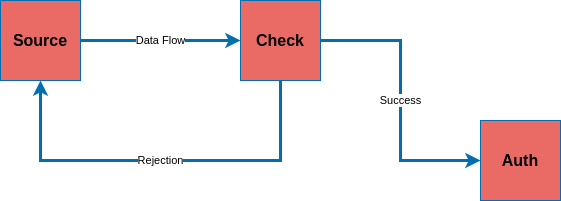
The draw.io diagram architecture.drawio.png in tobybellwood/SampleFiles, before a commit. Source tidied: cells renumbered, new cells last; positions are measured from the earlier drawing's top-left corner, leaving out a move shared by most shapes. The source it was exported from:
```xml
<mxGraphModel>
  <root>
    <mxCell id="0" />
    <mxCell id="1" parent="0" />
    <mxCell id="2" value="Data Flow" style="edgeStyle=orthogonalEdgeStyle;rounded=0;jettySize=auto;html=1;strokeWidth=3;fillColor=#1ba1e2;strokeColor=#006EAF;" parent="1" edge="1" source="3" target="5">
      <mxGeometry relative="1" as="geometry" />
    </mxCell>
    <mxCell id="3" value="Source" style="whiteSpace=wrap;html=1;fillColor=#EA6B66;strokeColor=#006EAF;fontColor=#000000;fontSize=16;fontStyle=1;" parent="1" vertex="1">
      <mxGeometry width="80" height="80" as="geometry" />
    </mxCell>
    <mxCell id="4" value="Rejection" style="edgeStyle=orthogonalEdgeStyle;rounded=0;jettySize=auto;html=1;entryX=0.5;entryY=1;entryDx=0;entryDy=0;strokeWidth=3;fillColor=#1ba1e2;strokeColor=#006EAF;" parent="1" edge="1" source="5" target="3">
      <mxGeometry relative="1" as="geometry">
        <Array as="points">
          <mxPoint x="280" y="160" />
          <mxPoint x="40" y="160" />
        </Array>
      </mxGeometry>
    </mxCell>
    <mxCell id="5" value="Check" style="whiteSpace=wrap;html=1;fillColor=#EA6B66;strokeColor=#006EAF;fontColor=#000000;fontSize=16;fontStyle=1;" parent="1" vertex="1">
      <mxGeometry x="240" width="80" height="80" as="geometry" />
    </mxCell>
    <mxCell id="6" value="Success" style="edgeStyle=orthogonalEdgeStyle;rounded=0;jettySize=auto;html=1;exitX=1;exitY=0.5;exitDx=0;exitDy=0;entryX=0;entryY=0.5;entryDx=0;entryDy=0;strokeWidth=3;fillColor=#1ba1e2;strokeColor=#006EAF;" parent="1" edge="1" source="5" target="7">
      <mxGeometry relative="1" as="geometry">
        <Array as="points">
          <mxPoint x="400" y="40" />
          <mxPoint x="400" y="160" />
        </Array>
      </mxGeometry>
    </mxCell>
    <mxCell id="7" value="Auth" style="whiteSpace=wrap;html=1;fillColor=#EA6B66;strokeColor=#006EAF;fontColor=#000000;fontSize=16;fontStyle=1;" parent="1" vertex="1">
      <mxGeometry x="480" y="120" width="80" height="80" as="geometry" />
    </mxCell>
  </root>
</mxGraphModel>
```
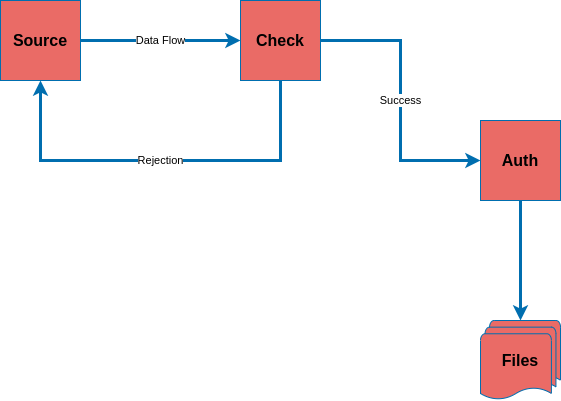
The same diagram one commit later.

Diff of the diagram source:
```diff
@@ -27,8 +27,14 @@
         </Array>
       </mxGeometry>
     </mxCell>
+    <mxCell id="8" style="edgeStyle=orthogonalEdgeStyle;rounded=0;jettySize=auto;html=1;entryX=0.5;entryY=0;entryDx=0;entryDy=0;entryPerimeter=0;strokeColor=#006EAF;strokeWidth=3;" parent="1" edge="1" source="7" target="9">
+      <mxGeometry relative="1" as="geometry" />
+    </mxCell>
     <mxCell id="7" value="Auth" style="whiteSpace=wrap;html=1;fillColor=#EA6B66;strokeColor=#006EAF;fontColor=#000000;fontSize=16;fontStyle=1;" parent="1" vertex="1">
       <mxGeometry x="480" y="120" width="80" height="80" as="geometry" />
     </mxCell>
+    <mxCell id="9" value="&lt;b&gt;&lt;font style=&quot;font-size: 16px&quot;&gt;Files&lt;/font&gt;&lt;/b&gt;" style="strokeWidth=1;html=1;shape=mxgraph.flowchart.multi-document;whiteSpace=wrap;fillColor=#EA6B66;strokeColor=#006EAF;" parent="1" vertex="1">
+      <mxGeometry x="480" y="320" width="80" height="80" as="geometry" />
+    </mxCell>
   </root>
 </mxGraphModel>
```
